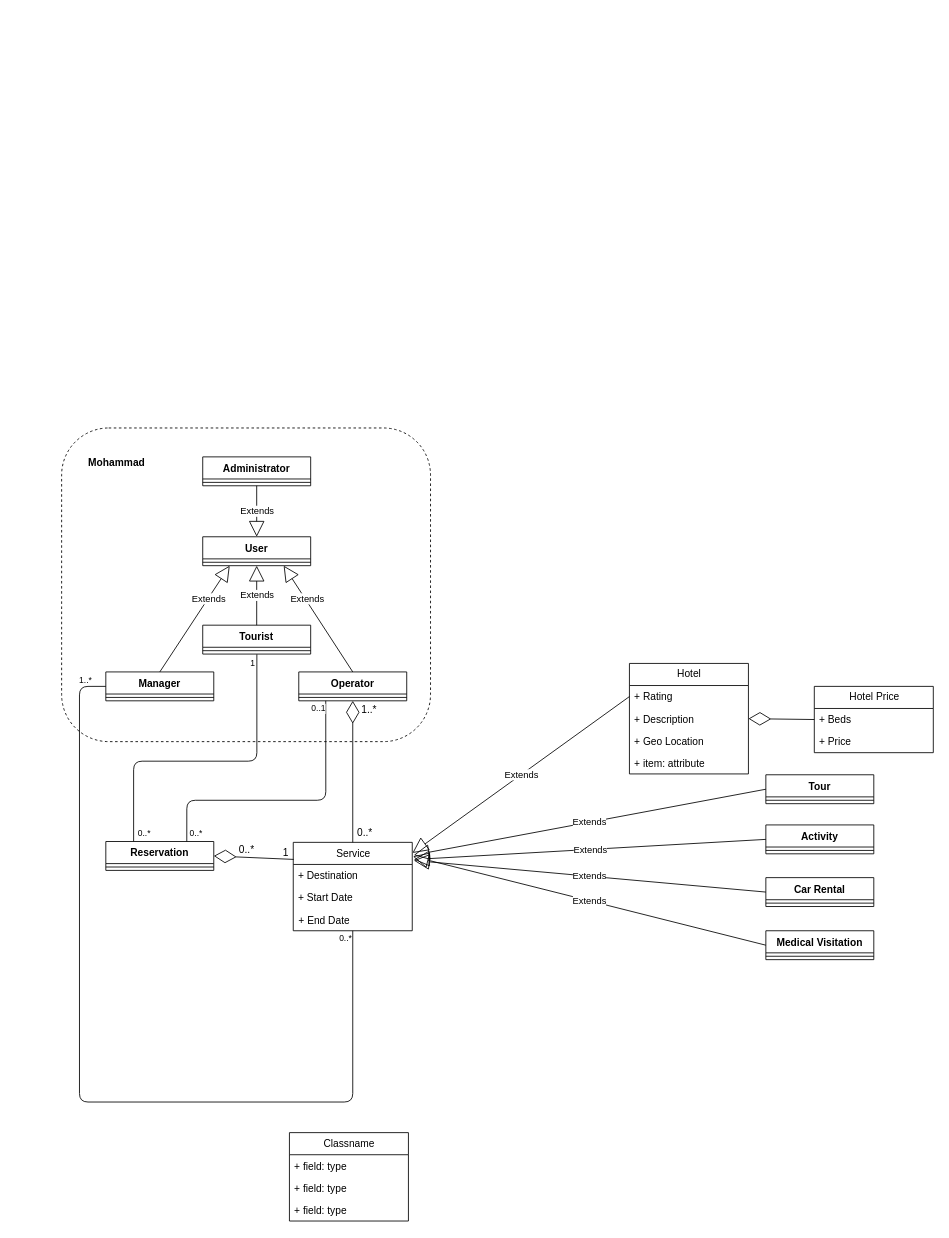
Above: class-diagrams/Class Diagrams.drawio in farahmand-m/software-engineering-assignments (draw.io), before the change. Source tidied: cells renumbered, new cells numbered last; positions are measured from the earlier drawing's top-left corner, leaving out a move shared by most shapes. Both pictures are drawn from the tidied source at 85%, with x=0, y=0 at pixel (61, 428).
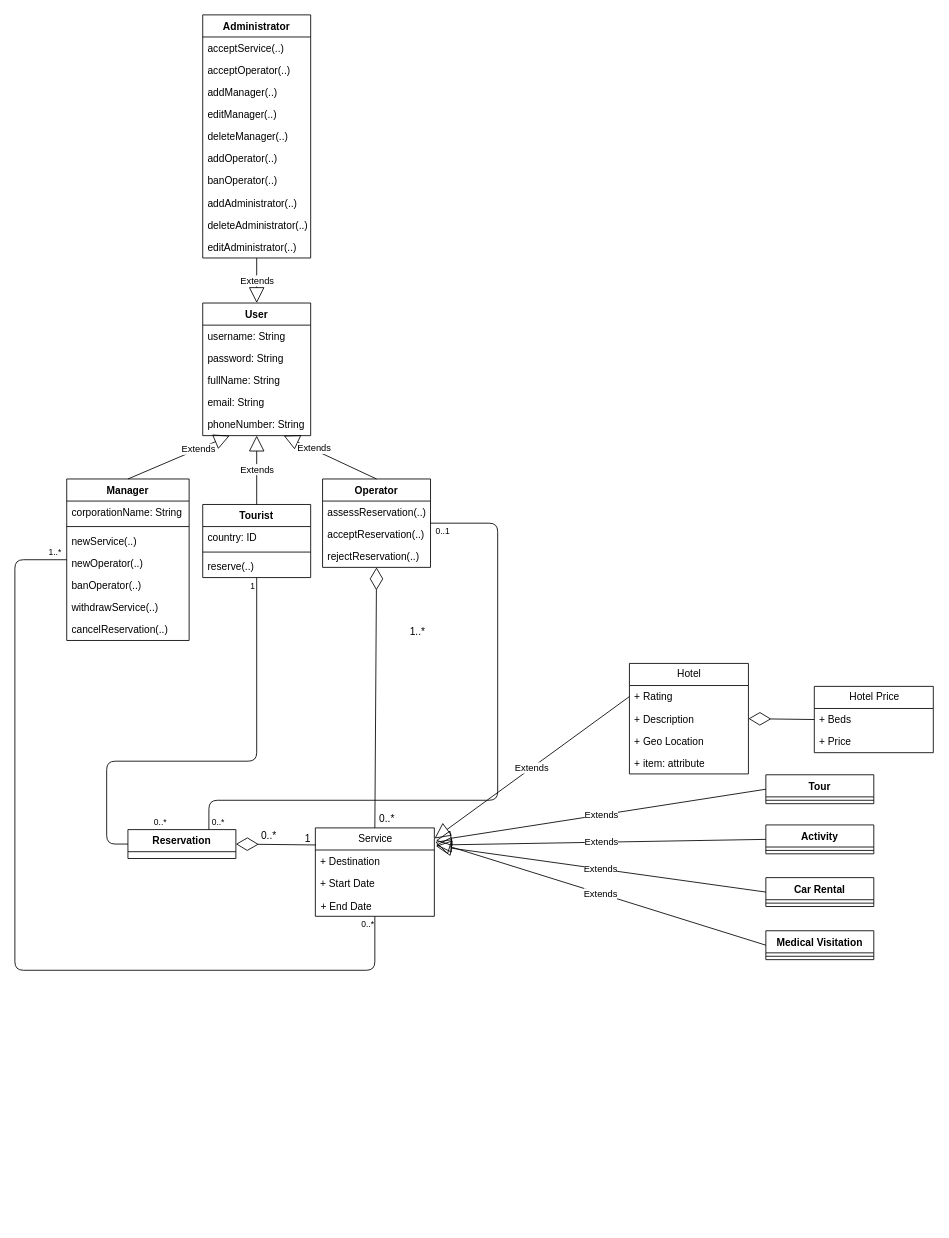
The same diagram, later.

Commit message:
User Management Classes updated

The edit, as a diff of the source:
```diff
@@
     <mxCell id="2" value="Tourist" style="swimlane;fontStyle=1;align=center;verticalAlign=top;horizontal=1;startSize=26;" parent="1" vertex="1">
-      <mxGeometry x="166" y="232" width="127" height="34" as="geometry" />
+      <mxGeometry x="166" y="90" width="127" height="86" as="geometry" />
     </mxCell>
-    <mxCell id="3" style="line;strokeWidth=1;fillColor=none;align=left;verticalAlign=middle;spacingTop=-1;spacingLeft=3;spacingRight=3;labelPosition=right;" parent="2" vertex="1">
-      <mxGeometry y="26" width="127" height="8" as="geometry" />
-    </mxCell>
+    <mxCell id="65" value="country: ID" style="text;strokeColor=none;fillColor=none;align=left;verticalAlign=top;spacingLeft=4;spacingRight=4;overflow=hidden;" parent="2" vertex="1">
+      <mxGeometry y="26" width="127" height="26" as="geometry" />
+    </mxCell>
+    <mxCell id="66" style="line;strokeWidth=1;fillColor=none;align=left;verticalAlign=middle;spacingTop=-1;spacingLeft=3;spacingRight=3;labelPosition=right;" parent="2" vertex="1">
+      <mxGeometry y="52" width="127" height="8" as="geometry" />
+    </mxCell>
+    <mxCell id="67" value="reserve(..)" style="text;strokeColor=none;fillColor=none;align=left;verticalAlign=top;spacingLeft=4;spacingRight=4;overflow=hidden;" parent="2" vertex="1">
+      <mxGeometry y="60" width="127" height="26" as="geometry" />
+    </mxCell>
     <mxCell id="4" value="User" style="swimlane;fontStyle=1;align=center;verticalAlign=top;horizontal=1;startSize=26;" parent="1" vertex="1">
-      <mxGeometry x="166" y="128" width="127" height="34" as="geometry" />
+      <mxGeometry x="166" y="-147" width="127" height="156" as="geometry" />
     </mxCell>
-    <mxCell id="5" style="line;strokeWidth=1;fillColor=none;align=left;verticalAlign=middle;spacingTop=-1;spacingLeft=3;spacingRight=3;labelPosition=right;" parent="4" vertex="1">
-      <mxGeometry y="26" width="127" height="8" as="geometry" />
-    </mxCell>
+    <mxCell id="68" value="username: String" style="text;strokeColor=none;fillColor=none;align=left;verticalAlign=top;spacingLeft=4;spacingRight=4;overflow=hidden;" parent="4" vertex="1">
+      <mxGeometry y="26" width="127" height="26" as="geometry" />
+    </mxCell>
+    <mxCell id="69" value="password: String" style="text;strokeColor=none;fillColor=none;align=left;verticalAlign=top;spacingLeft=4;spacingRight=4;overflow=hidden;" parent="4" vertex="1">
+      <mxGeometry y="52" width="127" height="26" as="geometry" />
+    </mxCell>
+    <mxCell id="70" value="fullName: String" style="text;strokeColor=none;fillColor=none;align=left;verticalAlign=top;spacingLeft=4;spacingRight=4;overflow=hidden;" parent="4" vertex="1">
+      <mxGeometry y="78" width="127" height="26" as="geometry" />
+    </mxCell>
+    <mxCell id="71" value="email: String" style="text;strokeColor=none;fillColor=none;align=left;verticalAlign=top;spacingLeft=4;spacingRight=4;overflow=hidden;" parent="4" vertex="1">
+      <mxGeometry y="104" width="127" height="26" as="geometry" />
+    </mxCell>
+    <mxCell id="72" value="phoneNumber: String" style="text;strokeColor=none;fillColor=none;align=left;verticalAlign=top;spacingLeft=4;spacingRight=4;overflow=hidden;" parent="4" vertex="1">
+      <mxGeometry y="130" width="127" height="26" as="geometry" />
+    </mxCell>
@@
     <mxCell id="7" value="Manager&#10;" style="swimlane;fontStyle=1;align=center;verticalAlign=top;horizontal=1;startSize=26;" parent="1" vertex="1">
-      <mxGeometry x="52" y="287" width="127" height="34" as="geometry" />
+      <mxGeometry x="6" y="60" width="144" height="190" as="geometry" />
     </mxCell>
-    <mxCell id="8" style="line;strokeWidth=1;fillColor=none;align=left;verticalAlign=middle;spacingTop=-1;spacingLeft=3;spacingRight=3;labelPosition=right;" parent="7" vertex="1">
-      <mxGeometry y="26" width="127" height="8" as="geometry" />
-    </mxCell>
+    <mxCell id="73" value="corporationName: String" style="text;strokeColor=none;fillColor=none;align=left;verticalAlign=top;spacingLeft=4;spacingRight=4;overflow=hidden;" parent="7" vertex="1">
+      <mxGeometry y="26" width="144" height="26" as="geometry" />
+    </mxCell>
+    <mxCell id="74" style="line;strokeWidth=1;fillColor=none;align=left;verticalAlign=middle;spacingTop=-1;spacingLeft=3;spacingRight=3;labelPosition=right;" parent="7" vertex="1">
+      <mxGeometry y="52" width="144" height="8" as="geometry" />
+    </mxCell>
+    <mxCell id="75" value="newService(..)" style="text;strokeColor=none;fillColor=none;align=left;verticalAlign=top;spacingLeft=4;spacingRight=4;overflow=hidden;" parent="7" vertex="1">
+      <mxGeometry y="60" width="144" height="26" as="geometry" />
+    </mxCell>
+    <mxCell id="76" value="newOperator(..)" style="text;strokeColor=none;fillColor=none;align=left;verticalAlign=top;spacingLeft=4;spacingRight=4;overflow=hidden;" parent="7" vertex="1">
+      <mxGeometry y="86" width="144" height="26" as="geometry" />
+    </mxCell>
+    <mxCell id="77" value="banOperator(..)" style="text;strokeColor=none;fillColor=none;align=left;verticalAlign=top;spacingLeft=4;spacingRight=4;overflow=hidden;" parent="7" vertex="1">
+      <mxGeometry y="112" width="144" height="26" as="geometry" />
+    </mxCell>
+    <mxCell id="78" value="withdrawService(..)" style="text;strokeColor=none;fillColor=none;align=left;verticalAlign=top;spacingLeft=4;spacingRight=4;overflow=hidden;" parent="7" vertex="1">
+      <mxGeometry y="138" width="144" height="26" as="geometry" />
+    </mxCell>
+    <mxCell id="79" value="cancelReservation(..)" style="text;strokeColor=none;fillColor=none;align=left;verticalAlign=top;spacingLeft=4;spacingRight=4;overflow=hidden;" parent="7" vertex="1">
+      <mxGeometry y="164" width="144" height="26" as="geometry" />
+    </mxCell>
@@
     <mxCell id="10" value="Operator" style="swimlane;fontStyle=1;align=center;verticalAlign=top;horizontal=1;startSize=26;" parent="1" vertex="1">
-      <mxGeometry x="279" y="287" width="127" height="34" as="geometry" />
+      <mxGeometry x="307" y="60" width="127" height="104" as="geometry" />
     </mxCell>
-    <mxCell id="11" style="line;strokeWidth=1;fillColor=none;align=left;verticalAlign=middle;spacingTop=-1;spacingLeft=3;spacingRight=3;labelPosition=right;" parent="10" vertex="1">
-      <mxGeometry y="26" width="127" height="8" as="geometry" />
-    </mxCell>
+    <mxCell id="80" value="assessReservation(..)" style="text;strokeColor=none;fillColor=none;align=left;verticalAlign=top;spacingLeft=4;spacingRight=4;overflow=hidden;" parent="10" vertex="1">
+      <mxGeometry y="26" width="127" height="26" as="geometry" />
+    </mxCell>
+    <mxCell id="81" value="acceptReservation(..)" style="text;strokeColor=none;fillColor=none;align=left;verticalAlign=top;spacingLeft=4;spacingRight=4;overflow=hidden;" parent="10" vertex="1">
+      <mxGeometry y="52" width="127" height="26" as="geometry" />
+    </mxCell>
+    <mxCell id="82" value="rejectReservation(..)" style="text;strokeColor=none;fillColor=none;align=left;verticalAlign=top;spacingLeft=4;spacingRight=4;overflow=hidden;" parent="10" vertex="1">
+      <mxGeometry y="78" width="127" height="26" as="geometry" />
+    </mxCell>
@@
     <mxCell id="13" value="Administrator" style="swimlane;fontStyle=1;align=center;verticalAlign=top;horizontal=1;startSize=26;" parent="1" vertex="1">
-      <mxGeometry x="166" y="34" width="127" height="34" as="geometry" />
+      <mxGeometry x="166" y="-486" width="127" height="286" as="geometry" />
     </mxCell>
-    <mxCell id="14" style="line;strokeWidth=1;fillColor=none;align=left;verticalAlign=middle;spacingTop=-1;spacingLeft=3;spacingRight=3;labelPosition=right;" parent="13" vertex="1">
-      <mxGeometry y="26" width="127" height="8" as="geometry" />
-    </mxCell>
+    <mxCell id="83" value="acceptService(..)" style="text;strokeColor=none;fillColor=none;align=left;verticalAlign=top;spacingLeft=4;spacingRight=4;overflow=hidden;" parent="13" vertex="1">
+      <mxGeometry y="26" width="127" height="26" as="geometry" />
+    </mxCell>
+    <mxCell id="84" value="acceptOperator(..)" style="text;strokeColor=none;fillColor=none;align=left;verticalAlign=top;spacingLeft=4;spacingRight=4;overflow=hidden;" parent="13" vertex="1">
+      <mxGeometry y="52" width="127" height="26" as="geometry" />
+    </mxCell>
+    <mxCell id="85" value="addManager(..)" style="text;strokeColor=none;fillColor=none;align=left;verticalAlign=top;spacingLeft=4;spacingRight=4;overflow=hidden;" parent="13" vertex="1">
+      <mxGeometry y="78" width="127" height="26" as="geometry" />
+    </mxCell>
+    <mxCell id="86" value="editManager(..)" style="text;strokeColor=none;fillColor=none;align=left;verticalAlign=top;spacingLeft=4;spacingRight=4;overflow=hidden;" parent="13" vertex="1">
+      <mxGeometry y="104" width="127" height="26" as="geometry" />
+    </mxCell>
+    <mxCell id="87" value="deleteManager(..)" style="text;strokeColor=none;fillColor=none;align=left;verticalAlign=top;spacingLeft=4;spacingRight=4;overflow=hidden;" parent="13" vertex="1">
+      <mxGeometry y="130" width="127" height="26" as="geometry" />
+    </mxCell>
+    <mxCell id="88" value="addOperator(..)" style="text;strokeColor=none;fillColor=none;align=left;verticalAlign=top;spacingLeft=4;spacingRight=4;overflow=hidden;" parent="13" vertex="1">
+      <mxGeometry y="156" width="127" height="26" as="geometry" />
+    </mxCell>
+    <mxCell id="89" value="banOperator(..)" style="text;strokeColor=none;fillColor=none;align=left;verticalAlign=top;spacingLeft=4;spacingRight=4;overflow=hidden;" parent="13" vertex="1">
+      <mxGeometry y="182" width="127" height="26" as="geometry" />
+    </mxCell>
+    <mxCell id="90" value="addAdministrator(..)" style="text;strokeColor=none;fillColor=none;align=left;verticalAlign=top;spacingLeft=4;spacingRight=4;overflow=hidden;" parent="13" vertex="1">
+      <mxGeometry y="208" width="127" height="26" as="geometry" />
+    </mxCell>
+    <mxCell id="91" value="deleteAdministrator(..)" style="text;strokeColor=none;fillColor=none;align=left;verticalAlign=top;spacingLeft=4;spacingRight=4;overflow=hidden;" parent="13" vertex="1">
+      <mxGeometry y="234" width="127" height="26" as="geometry" />
+    </mxCell>
+    <mxCell id="92" value="editAdministrator(..)" style="text;strokeColor=none;fillColor=none;align=left;verticalAlign=top;spacingLeft=4;spacingRight=4;overflow=hidden;" parent="13" vertex="1">
+      <mxGeometry y="260" width="127" height="26" as="geometry" />
+    </mxCell>
@@
     <mxCell id="16" value="Reservation" style="swimlane;fontStyle=1;align=center;verticalAlign=top;horizontal=1;startSize=26;" parent="1" vertex="1">
-      <mxGeometry x="52" y="486.5" width="127" height="34" as="geometry" />
+      <mxGeometry x="78" y="472.5" width="127" height="34" as="geometry" />
     </mxCell>
-    <mxCell id="17" style="line;strokeWidth=1;fillColor=none;align=left;verticalAlign=middle;spacingTop=-1;spacingLeft=3;spacingRight=3;labelPosition=right;" parent="16" vertex="1">
-      <mxGeometry y="26" width="127" height="8" as="geometry" />
-    </mxCell>
@@
     <mxCell id="32" value="1..*" style="text;html=1;strokeColor=none;fillColor=none;align=center;verticalAlign=middle;whiteSpace=wrap;rounded=0;labelBackgroundColor=none;" parent="1" vertex="1">
-      <mxGeometry x="348" y="322" width="28" height="20" as="geometry" />
+      <mxGeometry x="405" y="230" width="28" height="20" as="geometry" />
     </mxCell>
     <mxCell id="33" value="1" style="text;html=1;strokeColor=none;fillColor=none;align=center;verticalAlign=middle;whiteSpace=wrap;rounded=0;labelBackgroundColor=none;" parent="1" vertex="1">
-      <mxGeometry x="250" y="489.5" width="28" height="20" as="geometry" />
+      <mxGeometry x="276" y="472.5" width="28" height="20" as="geometry" />
     </mxCell>
-    <mxCell id="34" style="endArrow=none;html=1;edgeStyle=orthogonalEdgeStyle;entryX=0.5;entryY=1;entryDx=0;entryDy=0;exitX=0.25;exitY=0;exitDx=0;exitDy=0;" parent="1" edge="1">
+    <mxCell id="34" style="endArrow=none;html=1;edgeStyle=orthogonalEdgeStyle;entryX=0.5;entryY=1;entryDx=0;entryDy=0;exitX=0;exitY=0.5;exitDx=0;exitDy=0;" parent="1" edge="1" source="16" target="2">
       <mxGeometry relative="1" as="geometry">
-        <mxPoint x="84.7" y="486.3" as="sourcePoint" />
-        <mxPoint x="229.7" y="266.3" as="targetPoint" />
         <Array as="points">
-          <mxPoint x="84.5" y="392" />
-          <mxPoint x="229.5" y="392" />
+          <mxPoint x="53" y="489" />
+          <mxPoint x="53" y="392" />
+          <mxPoint x="230" y="392" />
         </Array>
       </mxGeometry>
     </mxCell>
     <mxCell id="35" value="0..*" style="html=1;align=left;verticalAlign=bottom;labelBackgroundColor=#ffffff;fontSize=10;" parent="34" vertex="1">
       <mxGeometry x="-1" relative="1" as="geometry">
-        <mxPoint x="3" y="-2" as="offset" />
+        <mxPoint x="29" y="-19" as="offset" />
       </mxGeometry>
     </mxCell>
@@
-    <mxCell id="37" style="endArrow=none;html=1;edgeStyle=orthogonalEdgeStyle;exitX=0.75;exitY=0;exitDx=0;exitDy=0;entryX=0.25;entryY=1;entryDx=0;entryDy=0;" parent="1" edge="1" source="16" target="10">
+    <mxCell id="37" style="endArrow=none;html=1;edgeStyle=orthogonalEdgeStyle;exitX=0.75;exitY=0;exitDx=0;exitDy=0;entryX=1;entryY=0.5;entryDx=0;entryDy=0;" parent="1" edge="1" source="16" target="10">
       <mxGeometry relative="1" as="geometry">
         <Array as="points">
-          <mxPoint x="148" y="438" />
-          <mxPoint x="311" y="438" />
+          <mxPoint x="173" y="438" />
+          <mxPoint x="513" y="438" />
+          <mxPoint x="513" y="112" />
         </Array>
       </mxGeometry>
     </mxCell>
@@
     <mxCell id="39" value="0..1" style="html=1;align=right;verticalAlign=bottom;labelBackgroundColor=#ffffff;fontSize=10;" parent="37" vertex="1">
       <mxGeometry x="1" relative="1" as="geometry">
-        <mxPoint y="17" as="offset" />
+        <mxPoint x="22.5" y="17" as="offset" />
       </mxGeometry>
     </mxCell>
     <mxCell id="40" style="endArrow=none;html=1;edgeStyle=orthogonalEdgeStyle;entryX=0.5;entryY=1;entryDx=0;entryDy=0;exitX=0;exitY=0.5;exitDx=0;exitDy=0;" parent="1" edge="1" source="7" target="46">
       <mxGeometry relative="1" as="geometry">
         <Array as="points">
-          <mxPoint x="21" y="304" />
-          <mxPoint x="21" y="793" />
-          <mxPoint x="343" y="793" />
+          <mxPoint x="-55" y="155" />
+          <mxPoint x="-55" y="638" />
+          <mxPoint x="369" y="638" />
         </Array>
       </mxGeometry>
     </mxCell>
     <mxCell id="41" value="1..*" style="html=1;align=left;verticalAlign=bottom;labelBackgroundColor=#ffffff;fontSize=10;" parent="40" vertex="1">
       <mxGeometry x="-1" relative="1" as="geometry">
-        <mxPoint x="-33.5" as="offset" />
+        <mxPoint x="-23.5" y="-1" as="offset" />
       </mxGeometry>
     </mxCell>
@@
     <mxCell id="44" value="0..*" style="text;html=1;strokeColor=none;fillColor=none;align=center;verticalAlign=middle;whiteSpace=wrap;rounded=0;labelBackgroundColor=none;" parent="1" vertex="1">
-      <mxGeometry x="203.5" y="486.5" width="28" height="20" as="geometry" />
+      <mxGeometry x="229.5" y="469.5" width="28" height="20" as="geometry" />
     </mxCell>
     <mxCell id="45" value="0..*" style="text;html=1;strokeColor=none;fillColor=none;align=center;verticalAlign=middle;whiteSpace=wrap;rounded=0;labelBackgroundColor=none;" parent="1" vertex="1">
-      <mxGeometry x="342.5" y="466.5" width="28" height="20" as="geometry" />
+      <mxGeometry x="368.5" y="449.5" width="28" height="20" as="geometry" />
     </mxCell>
     <mxCell id="46" value="Service" style="swimlane;fontStyle=0;horizontal=1;startSize=26;fillColor=none;labelBackgroundColor=none;html=1;" parent="1" vertex="1">
-      <mxGeometry x="272.5" y="487.5" width="140" height="104" as="geometry" />
+      <mxGeometry x="298.5" y="470.5" width="140" height="104" as="geometry" />
     </mxCell>
@@
-    <mxCell id="55" value="Classname" style="swimlane;fontStyle=0;horizontal=1;startSize=26;fillColor=none;labelBackgroundColor=none;html=1;" parent="1" vertex="1">
-      <mxGeometry x="268" y="829" width="140" height="104" as="geometry" />
-    </mxCell>
-    <mxCell id="56" value="+ field: type" style="text;strokeColor=none;fillColor=none;align=left;verticalAlign=top;spacingLeft=4;spacingRight=4;overflow=hidden;" parent="55" vertex="1">
-      <mxGeometry y="26" width="140" height="26" as="geometry" />
-    </mxCell>
-    <mxCell id="57" value="+ field: type" style="text;strokeColor=none;fillColor=none;align=left;verticalAlign=top;spacingLeft=4;spacingRight=4;overflow=hidden;" parent="55" vertex="1">
-      <mxGeometry y="52" width="140" height="26" as="geometry" />
-    </mxCell>
-    <mxCell id="58" value="+ field: type" style="text;strokeColor=none;fillColor=none;align=left;verticalAlign=top;spacingLeft=4;spacingRight=4;overflow=hidden;" parent="55" vertex="1">
-      <mxGeometry y="78" width="140" height="26" as="geometry" />
-    </mxCell>
@@
-    <mxCell id="63" style="rounded=1;whiteSpace=wrap;html=1;labelBackgroundColor=none;fillColor=none;dashed=1;" parent="1" vertex="1">
-      <mxGeometry width="434" height="369" as="geometry" />
-    </mxCell>
-    <mxCell id="64" value="Mohammad" style="text;html=1;strokeColor=none;fillColor=none;align=center;verticalAlign=middle;whiteSpace=wrap;rounded=0;dashed=1;labelBackgroundColor=none;fontStyle=1;" parent="1" vertex="1">
-      <mxGeometry x="44.5" y="31" width="40" height="20" as="geometry" />
-    </mxCell>
```
